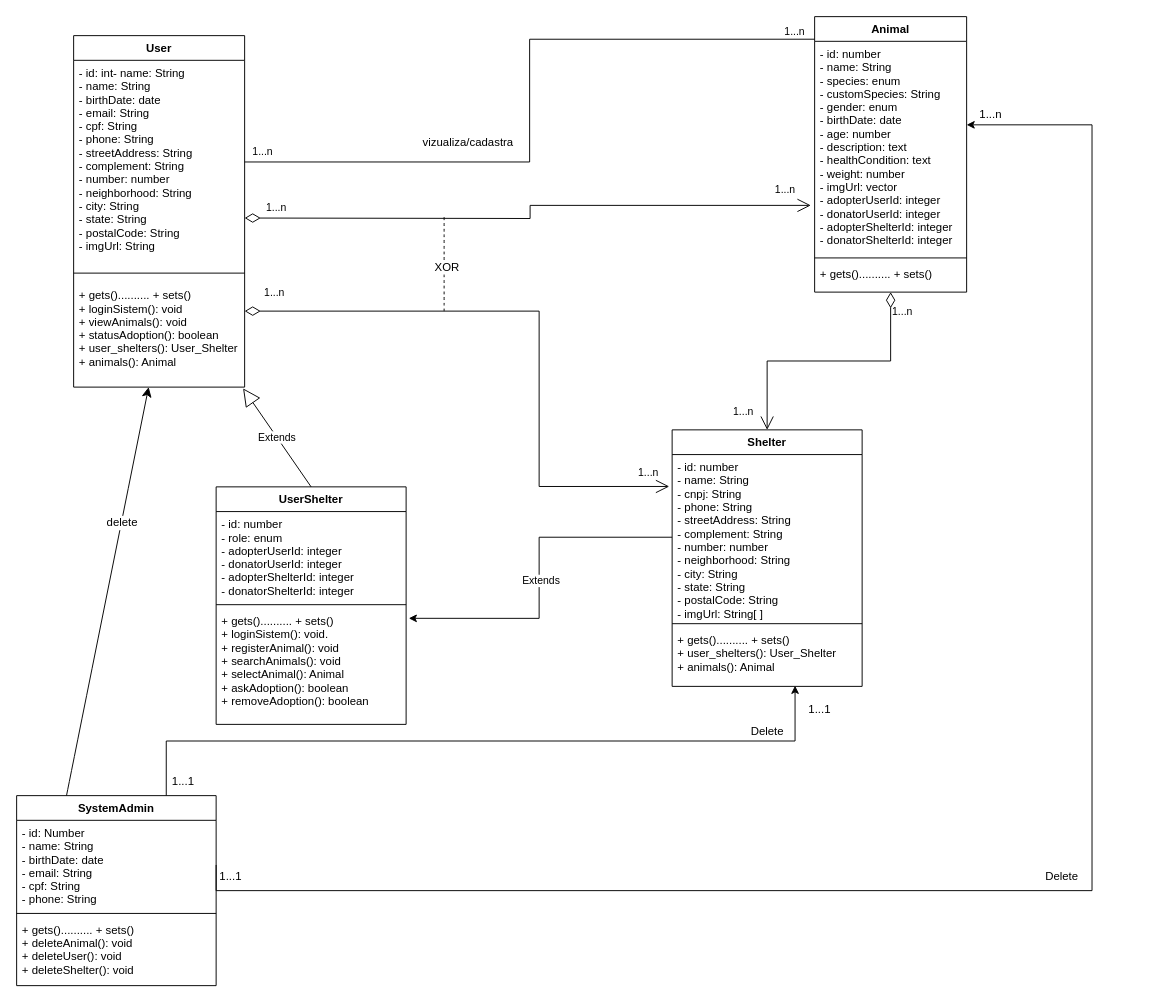
The draw.io diagram Documentos/diagrama de classes.drawio.xml in GuilhermeRPimenta/trabalho-modelagem, before the edit. Source tidied: cells renumbered, new cells numbered last; positions are measured from the earlier drawing's top-left corner, leaving out a move shared by most shapes. Both pictures are drawn from the tidied source at 95%, with x=0, y=0 at pixel (16, 16).
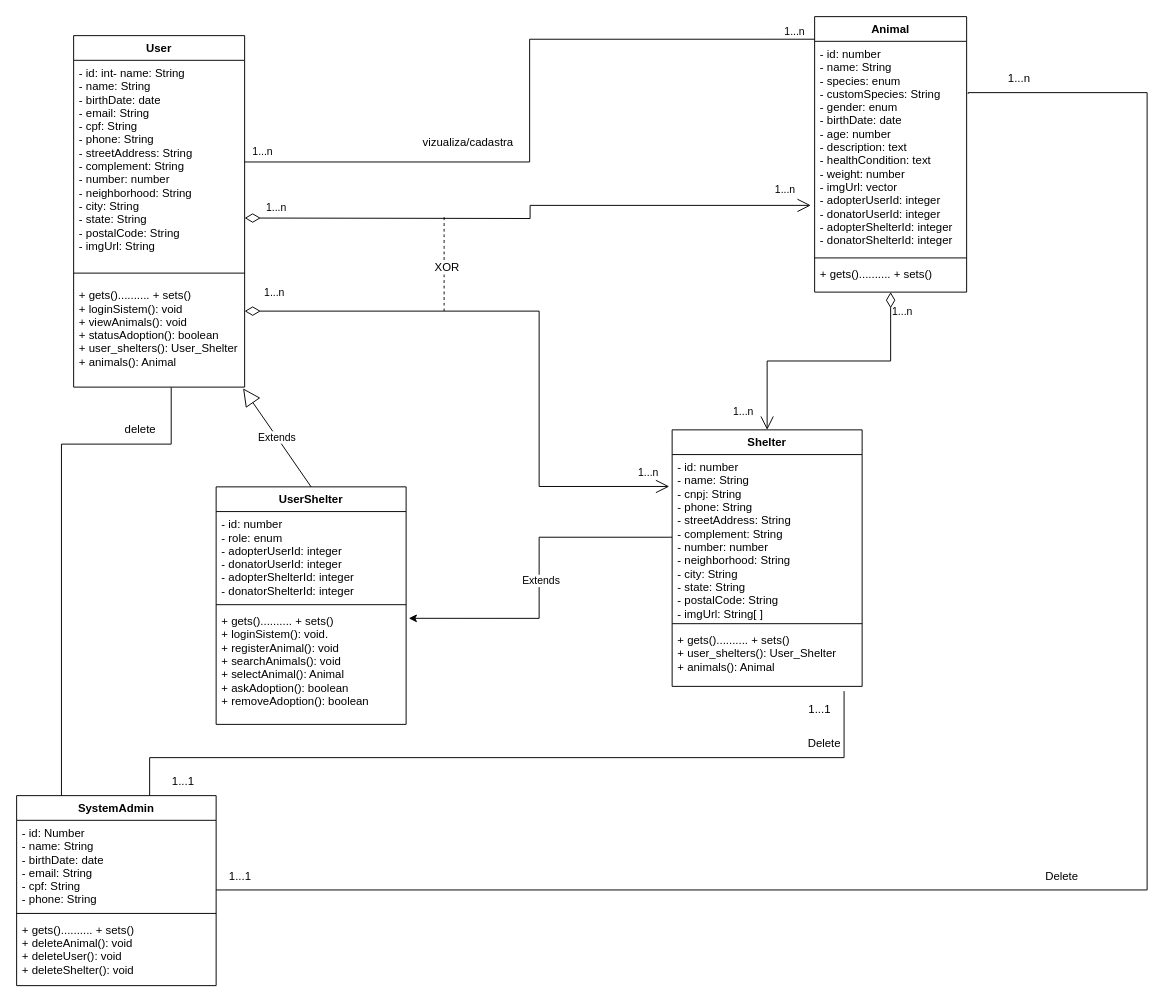
The same page after the edit.

Commit message:
update diagrama de classes

The change refers to these unchanged cells:
```xml
<mxCell id="5" value="+ gets().......... + sets()&#10;+ loginSistem(): void&#10;+ viewAnimals(): void&#10;+ statusAdoption(): boolean&#10;+ user_shelters(): User_Shelter&#10;+ animals(): Animal" style="text;strokeColor=none;fillColor=none;align=left;verticalAlign=top;spacingLeft=4;spacingRight=4;overflow=hidden;points=[[0,0.5],[1,0.5]];portConstraint=eastwest;" parent="2" vertex="1">
  <mxGeometry y="260" width="180" height="110" as="geometry" />
</mxCell>
<mxCell id="12" value="- id: number&#10;- name: String&#10;- species: enum&#10;- customSpecies: String&#10;- gender: enum&#10;- birthDate: date&#10;- age: number&#10;- description: text&#10;- healthCondition: text&#10;- weight: number&#10;- imgUrl: vector&#10;- adopterUserId: integer&#10;- donatorUserId: integer&#10;- adopterShelterId: integer&#10;- donatorShelterId: integer" style="text;strokeColor=none;fillColor=none;align=left;verticalAlign=top;spacingLeft=4;spacingRight=4;overflow=hidden;points=[[0,0.5],[1,0.5]];portConstraint=eastwest;" parent="11" vertex="1">
  <mxGeometry y="26" width="160" height="224" as="geometry" />
</mxCell>
<mxCell id="18" value="+ gets().......... + sets()&#10;+ user_shelters(): User_Shelter&#10;+ animals(): Animal" style="text;strokeColor=none;fillColor=none;align=left;verticalAlign=top;spacingLeft=4;spacingRight=4;overflow=hidden;points=[[0,0.5],[1,0.5]];portConstraint=eastwest;" parent="15" vertex="1">
  <mxGeometry y="208" width="200" height="62" as="geometry" />
</mxCell>
<mxCell id="25" value="SystemAdmin" style="swimlane;fontStyle=1;align=center;verticalAlign=top;horizontal=1;startSize=26;" parent="1" vertex="1">
  <mxGeometry y="820" width="210" height="200" as="geometry" />
</mxCell>
<mxCell id="26" value="- id: Number&#10;- name: String&#10;- birthDate: date&#10;- email: String&#10;- cpf: String&#10;- phone: String" style="text;strokeColor=none;fillColor=none;align=left;verticalAlign=top;spacingLeft=4;spacingRight=4;overflow=hidden;points=[[0,0.5],[1,0.5]];portConstraint=eastwest;" parent="25" vertex="1">
  <mxGeometry y="26" width="210" height="94" as="geometry" />
</mxCell>
```

Change to the diagram source:
```diff
@@
-    <mxCell id="22" style="edgeStyle=orthogonalEdgeStyle;rounded=0;jettySize=auto;html=1;exitX=0.75;exitY=0;exitDx=0;exitDy=0;entryX=0.647;entryY=0.99;entryDx=0;entryDy=0;entryPerimeter=0;" parent="1" edge="1" source="25" target="18">
-      <mxGeometry relative="1" as="geometry" />
-    </mxCell>
-    <mxCell id="23" style="edgeStyle=none;curved=1;rounded=0;jettySize=auto;html=1;exitX=0.25;exitY=0;exitDx=0;exitDy=0;fontSize=12;startSize=8;endSize=8;" parent="1" edge="1" source="25" target="5">
-      <mxGeometry relative="1" as="geometry" />
-    </mxCell>
-    <mxCell id="24" value="delete" style="edgeLabel;html=1;align=center;verticalAlign=middle;fontSize=12;" parent="23" vertex="1">
-      <mxGeometry x="0.34" relative="1" as="geometry">
-        <mxPoint y="1" as="offset" />
-      </mxGeometry>
-    </mxCell>
@@
-    <mxCell id="31" style="edgeStyle=orthogonalEdgeStyle;rounded=0;jettySize=auto;html=1;exitX=1;exitY=0.5;exitDx=0;exitDy=0;" parent="1" edge="1" source="26">
-      <mxGeometry relative="1" as="geometry">
-        <mxPoint x="1000" y="113.9" as="targetPoint" />
-        <Array as="points">
-          <mxPoint x="210" y="920" />
-          <mxPoint x="1132" y="920" />
-          <mxPoint x="1132" y="114" />
-        </Array>
-      </mxGeometry>
-    </mxCell>
@@
     <mxCell id="33" value="1...n" style="text;html=1;align=center;verticalAlign=middle;strokeColor=none;fillColor=none;" parent="1" vertex="1">
-      <mxGeometry x="1000" y="88" width="50" height="30" as="geometry" />
+      <mxGeometry x="1030" y="50" width="50" height="30" as="geometry" />
     </mxCell>
@@
     <mxCell id="35" value="Delete" style="text;html=1;align=center;verticalAlign=middle;strokeColor=none;fillColor=none;" parent="1" vertex="1">
-      <mxGeometry x="760" y="738" width="60" height="30" as="geometry" />
+      <mxGeometry x="820" y="750" width="60" height="30" as="geometry" />
     </mxCell>
@@
     <mxCell id="45" value="1...1" style="text;html=1;align=center;verticalAlign=middle;strokeColor=none;fillColor=none;" parent="1" vertex="1">
-      <mxGeometry x="200" y="890" width="50" height="30" as="geometry" />
+      <mxGeometry x="210" y="890" width="50" height="30" as="geometry" />
     </mxCell>
@@
+    <mxCell id="47" style="endArrow=none;html=1;edgeStyle=orthogonalEdgeStyle;rounded=0;entryX=1.01;entryY=0.247;entryDx=0;entryDy=0;entryPerimeter=0;" parent="1" edge="1" target="12">
+      <mxGeometry relative="1" as="geometry">
+        <mxPoint x="210" y="919.3" as="sourcePoint" />
+        <Array as="points">
+          <mxPoint x="1190" y="919" />
+          <mxPoint x="1190" y="80" />
+          <mxPoint x="1002" y="80" />
+        </Array>
+      </mxGeometry>
+    </mxCell>
+    <mxCell id="48" style="endArrow=none;html=1;edgeStyle=orthogonalEdgeStyle;rounded=0;" parent="1" edge="1">
+      <mxGeometry relative="1" as="geometry">
+        <mxPoint x="140" y="820" as="sourcePoint" />
+        <mxPoint x="871" y="710" as="targetPoint" />
+        <Array as="points">
+          <mxPoint x="140" y="780" />
+          <mxPoint x="871" y="780" />
+        </Array>
+      </mxGeometry>
+    </mxCell>
+    <mxCell id="49" style="endArrow=none;html=1;edgeStyle=orthogonalEdgeStyle;rounded=0;entryX=0.213;entryY=0;entryDx=0;entryDy=0;entryPerimeter=0;exitX=0.557;exitY=1.002;exitDx=0;exitDy=0;exitPerimeter=0;" parent="1" edge="1">
+      <mxGeometry relative="1" as="geometry">
+        <mxPoint x="162.7" y="390.2" as="sourcePoint" />
+        <mxPoint x="47.2" y="820" as="targetPoint" />
+        <Array as="points">
+          <mxPoint x="163" y="450" />
+          <mxPoint x="47" y="450" />
+        </Array>
+      </mxGeometry>
+    </mxCell>
+    <mxCell id="24" value="delete" style="text;html=1;align=center;verticalAlign=middle;strokeColor=none;fillColor=none;" parent="1" vertex="1">
+      <mxGeometry x="100" y="420" width="60" height="30" as="geometry" />
+    </mxCell>
```
